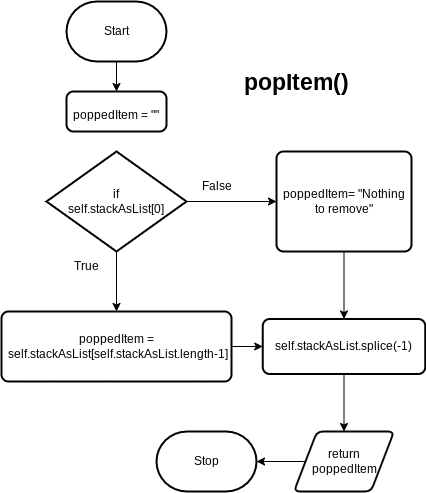
Before: design/flowchart.png, a diagram exported from draw.io (Evgeny-Vovk/ICS4U-Unit2-02-Typescript). Source tidied: cells renumbered, new cells last; positions are measured from the earlier drawing's top-left corner, leaving out a move shared by most shapes.
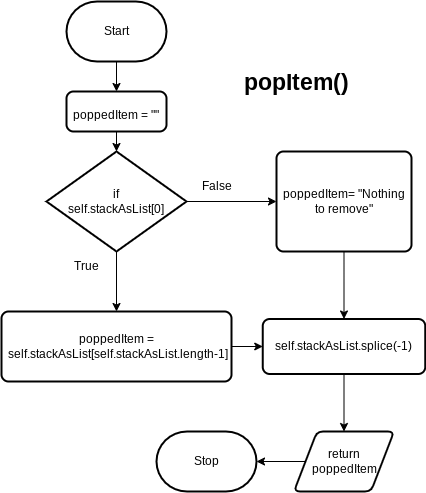
The same file after the commit.

Change to the diagram source:
```diff
@@ -11,6 +11,9 @@
     <mxCell id="4" value="popItem()" style="text;html=1;align=center;verticalAlign=middle;strokeWidth=1;perimeterSpacing=0;fillColor=none;fontStyle=1;fontSize=23;" parent="1" vertex="1">
       <mxGeometry x="230" y="60" width="130" height="40" as="geometry" />
     </mxCell>
+    <mxCell id="20" style="edgeStyle=none;html=1;exitX=0.5;exitY=1;exitDx=0;exitDy=0;entryX=0.5;entryY=0;entryDx=0;entryDy=0;entryPerimeter=0;fontSize=12;" parent="1" edge="1" source="5" target="8">
+      <mxGeometry relative="1" as="geometry" />
+    </mxCell>
     <mxCell id="5" value="&lt;font style=&quot;font-size: 12px;&quot;&gt;poppedItem = &quot;&quot;&lt;/font&gt;" style="rounded=1;whiteSpace=wrap;html=1;absoluteArcSize=1;arcSize=14;strokeWidth=2;fontSize=23;fillColor=none;" parent="1" vertex="1">
       <mxGeometry x="65" y="90" width="100" height="40" as="geometry" />
     </mxCell>
```
